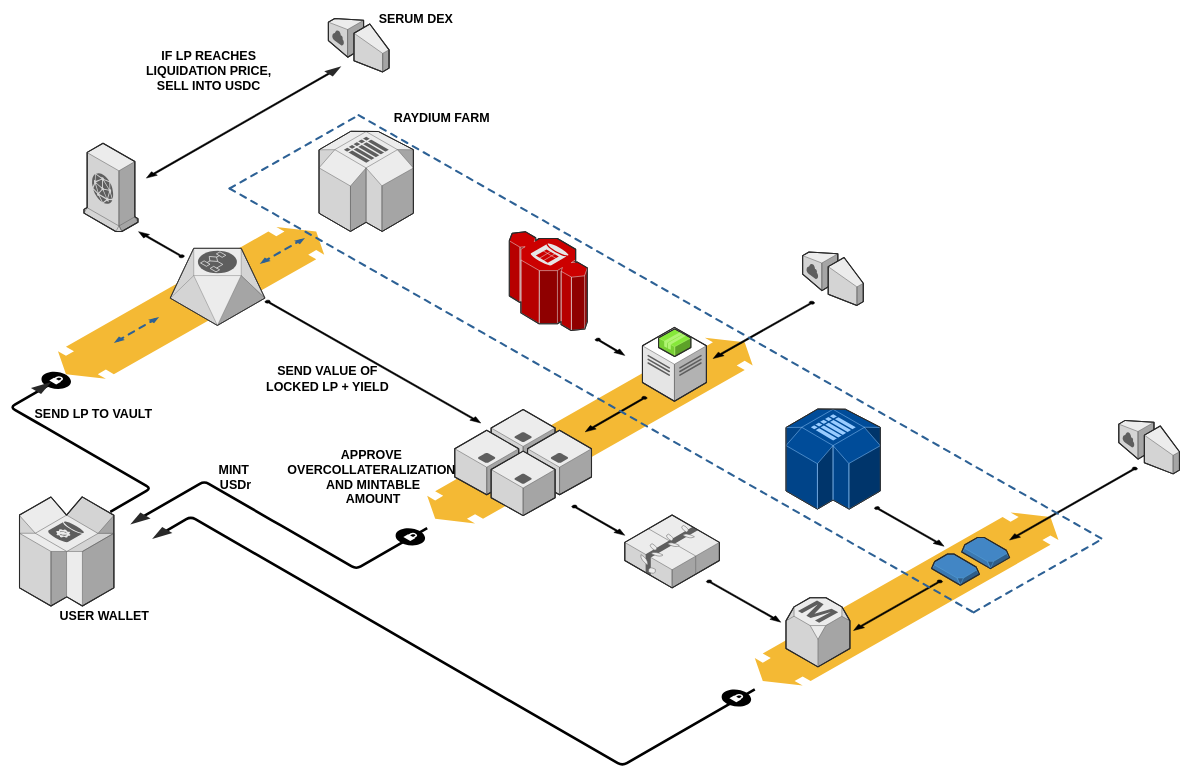
RatioFinance/Documentation keeps this draw.io diagram as Untitled Diagram.drawio. Above is the earlier version. Source tidied: cells renumbered, new cells numbered last; positions are measured from the earlier drawing's top-left corner, leaving out a move shared by most shapes. Both pictures are drawn from the tidied source at 52%, with x=0, y=0 at pixel (19, 9).
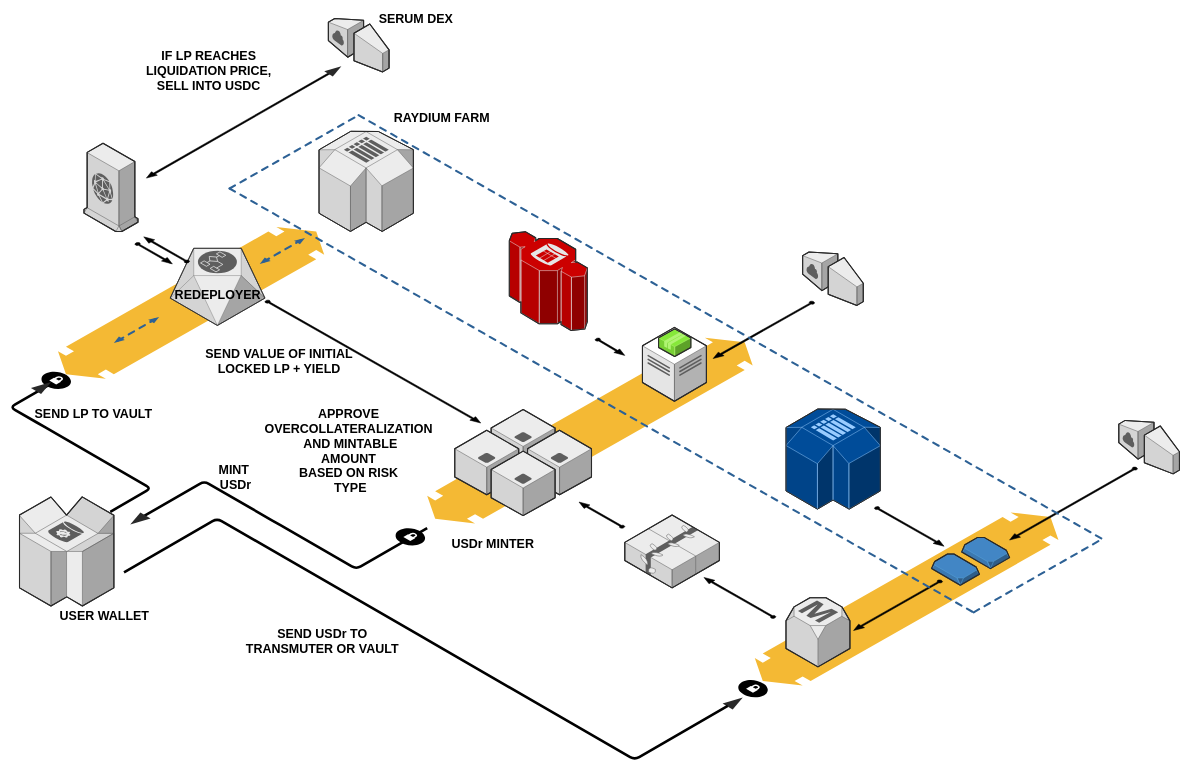
The same diagram, later.

Commit message:
ratio finance

Diff of the diagram source:
```diff
@@
     <mxCell id="27" style="verticalLabelPosition=bottom;html=1;verticalAlign=top;strokeWidth=1;dashed=0;shape=mxgraph.aws3d.arrowSE;fillColor=#000000;rounded=1;shadow=0;comic=0;fontFamily=Verdana;fontSize=12;rotation=-180;" parent="1" vertex="1">
-      <mxGeometry x="229" y="428" width="88" height="50" as="geometry" />
+      <mxGeometry x="1316.3" y="1093" width="138.2" height="78.5" as="geometry" />
     </mxCell>
@@
-    <mxCell id="31" style="verticalLabelPosition=bottom;html=1;verticalAlign=top;strokeWidth=1;dashed=0;shape=mxgraph.aws3d.arrowSW;fillColor=#000000;rounded=1;shadow=0;comic=0;fontFamily=Verdana;fontSize=12;" parent="1" vertex="1">
-      <mxGeometry x="1088" y="745" width="119" height="68" as="geometry" />
-    </mxCell>
-    <mxCell id="32" style="verticalLabelPosition=bottom;html=1;verticalAlign=top;strokeWidth=1;dashed=0;shape=mxgraph.aws3d.arrowSE;fillColor=#000000;rounded=1;shadow=0;comic=0;fontFamily=Verdana;fontSize=12;" parent="1" vertex="1">
-      <mxGeometry x="1062" y="954" width="102" height="58" as="geometry" />
-    </mxCell>
-    <mxCell id="33" style="verticalLabelPosition=bottom;html=1;verticalAlign=top;strokeWidth=1;dashed=0;shape=mxgraph.aws3d.arrowSE;fillColor=#000000;rounded=1;shadow=0;comic=0;fontFamily=Verdana;fontSize=12;" parent="1" vertex="1">
-      <mxGeometry x="1321" y="1098" width="143" height="81" as="geometry" />
-    </mxCell>
@@
-    <mxCell id="44" style="edgeStyle=isometricEdgeStyle;endArrow=none;html=1;labelBackgroundColor=none;strokeWidth=5;fontFamily=Verdana;fontSize=12;" parent="1" edge="1">
-      <mxGeometry relative="1" as="geometry">
-        <mxPoint x="274" y="1008" as="sourcePoint" />
-        <mxPoint x="1414" y="1308" as="targetPoint" />
-        <Array as="points">
-          <mxPoint x="714" y="1198" />
-        </Array>
-      </mxGeometry>
-    </mxCell>
-    <mxCell id="45" style="verticalLabelPosition=bottom;html=1;verticalAlign=top;strokeWidth=1;dashed=0;shape=mxgraph.aws3d.arrowhead;rounded=1;shadow=0;comic=0;fillColor=none;fontFamily=Verdana;fontSize=12;fontColor=#000000;flipV=1;" parent="1" vertex="1">
-      <mxGeometry x="255" y="996" width="39" height="23" as="geometry" />
-    </mxCell>
     <mxCell id="46" style="verticalLabelPosition=bottom;html=1;verticalAlign=top;strokeWidth=1;dashed=0;shape=mxgraph.aws3d.secureConnection;fillColor=#000000;strokeColor=#ffffff;rounded=1;shadow=0;comic=0;fontSize=12;" parent="1" vertex="1">
-      <mxGeometry x="1350" y="1308" width="57" height="34" as="geometry" />
+      <mxGeometry x="1382" y="1290" width="57" height="34" as="geometry" />
     </mxCell>
@@
-    <mxCell id="52" value="SEND VALUE OF &lt;br&gt;LOCKED LP + YIELD" style="text;strokeColor=none;fillColor=none;html=1;fontSize=24;fontStyle=1;verticalAlign=middle;align=center;" parent="1" vertex="1">
-      <mxGeometry x="542" y="691" width="100" height="40" as="geometry" />
+    <mxCell id="52" value="SEND VALUE OF INITIAL&lt;br&gt;LOCKED LP + YIELD" style="text;strokeColor=none;fillColor=none;html=1;fontSize=24;fontStyle=1;verticalAlign=middle;align=center;" parent="1" vertex="1">
+      <mxGeometry x="449" y="657" width="100" height="40" as="geometry" />
     </mxCell>
-    <mxCell id="53" value="APPROVE&amp;nbsp;&lt;br&gt;OVERCOLLATERALIZATION&amp;nbsp;&lt;br&gt;AND MINTABLE&lt;br&gt;AMOUNT" style="text;strokeColor=none;fillColor=none;html=1;fontSize=24;fontStyle=1;verticalAlign=middle;align=center;" parent="1" vertex="1">
-      <mxGeometry x="629.5" y="880" width="100" height="40" as="geometry" />
+    <mxCell id="53" value="APPROVE&amp;nbsp;&lt;br&gt;OVERCOLLATERALIZATION&amp;nbsp;&lt;br&gt;AND MINTABLE&lt;br&gt;AMOUNT&amp;nbsp;&lt;br&gt;BASED ON RISK&amp;nbsp;&lt;br&gt;TYPE" style="text;strokeColor=none;fillColor=none;html=1;fontSize=24;fontStyle=1;verticalAlign=middle;align=center;" parent="1" vertex="1">
+      <mxGeometry x="586" y="830" width="100" height="40" as="geometry" />
     </mxCell>
@@
+    <mxCell id="59" value="REDEPLOYER" style="text;strokeColor=none;fillColor=none;html=1;fontSize=24;fontStyle=1;verticalAlign=middle;align=center;" parent="1" vertex="1">
+      <mxGeometry x="330.9" y="529.8" width="100" height="40" as="geometry" />
+    </mxCell>
+    <mxCell id="60" value="USDr MINTER" style="text;strokeColor=none;fillColor=none;html=1;fontSize=24;fontStyle=1;verticalAlign=middle;align=center;" parent="1" vertex="1">
+      <mxGeometry x="860" y="1008" width="100" height="40" as="geometry" />
+    </mxCell>
+    <mxCell id="61" style="verticalLabelPosition=bottom;html=1;verticalAlign=top;strokeWidth=1;dashed=0;shape=mxgraph.aws3d.arrowSE;fillColor=#000000;rounded=1;shadow=0;comic=0;fontFamily=Verdana;fontSize=12;" parent="1" vertex="1">
+      <mxGeometry x="222" y="449.1" width="72" height="40.9" as="geometry" />
+    </mxCell>
+    <mxCell id="62" style="verticalLabelPosition=bottom;html=1;verticalAlign=top;strokeWidth=1;dashed=0;shape=mxgraph.aws3d.arrowhead;rounded=1;shadow=0;comic=0;fillColor=none;fontFamily=Verdana;fontSize=12;fontColor=#000000;flipV=1;rotation=-180;" parent="1" vertex="1">
+      <mxGeometry x="1352" y="1324" width="39" height="23" as="geometry" />
+    </mxCell>
+    <mxCell id="63" style="edgeStyle=isometricEdgeStyle;endArrow=none;html=1;labelBackgroundColor=none;strokeWidth=5;fontFamily=Verdana;fontSize=12;" parent="1" edge="1">
+      <mxGeometry relative="1" as="geometry">
+        <mxPoint x="201" y="1083" as="sourcePoint" />
+        <mxPoint x="1362" y="1340" as="targetPoint" />
+      </mxGeometry>
+    </mxCell>
+    <mxCell id="64" value="SEND USDr TO &lt;br&gt;TRANSMUTER OR VAULT" style="text;strokeColor=none;fillColor=none;html=1;fontSize=24;fontStyle=1;verticalAlign=middle;align=center;" parent="1" vertex="1">
+      <mxGeometry x="532" y="1195" width="100" height="40" as="geometry" />
+    </mxCell>
+    <mxCell id="65" style="verticalLabelPosition=bottom;html=1;verticalAlign=top;strokeWidth=1;dashed=0;shape=mxgraph.aws3d.arrowSE;fillColor=#000000;rounded=1;shadow=0;comic=0;fontFamily=Verdana;fontSize=12;rotation=-180;" parent="1" vertex="1">
+      <mxGeometry x="239" y="438" width="88" height="50" as="geometry" />
+    </mxCell>
+    <mxCell id="66" style="verticalLabelPosition=bottom;html=1;verticalAlign=top;strokeWidth=1;dashed=0;shape=mxgraph.aws3d.arrowSE;fillColor=#000000;rounded=1;shadow=0;comic=0;fontFamily=Verdana;fontSize=12;rotation=-180;" parent="1" vertex="1">
+      <mxGeometry x="1076" y="948" width="88" height="50" as="geometry" />
+    </mxCell>
```
